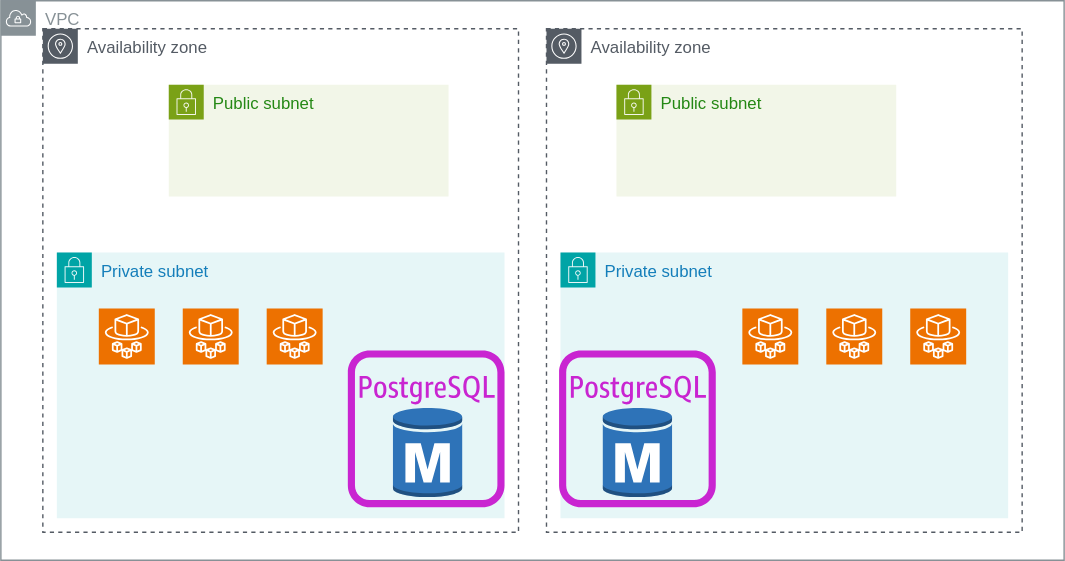
This is public-subnet-lb/vpc.drawio.svg from sanjiv-singh/iac-aws-ecs, a draw.io export, as it was before one commit. Source tidied: cells renumbered, new cells last; positions are measured from the earlier drawing's top-left corner, leaving out a move shared by most shapes.
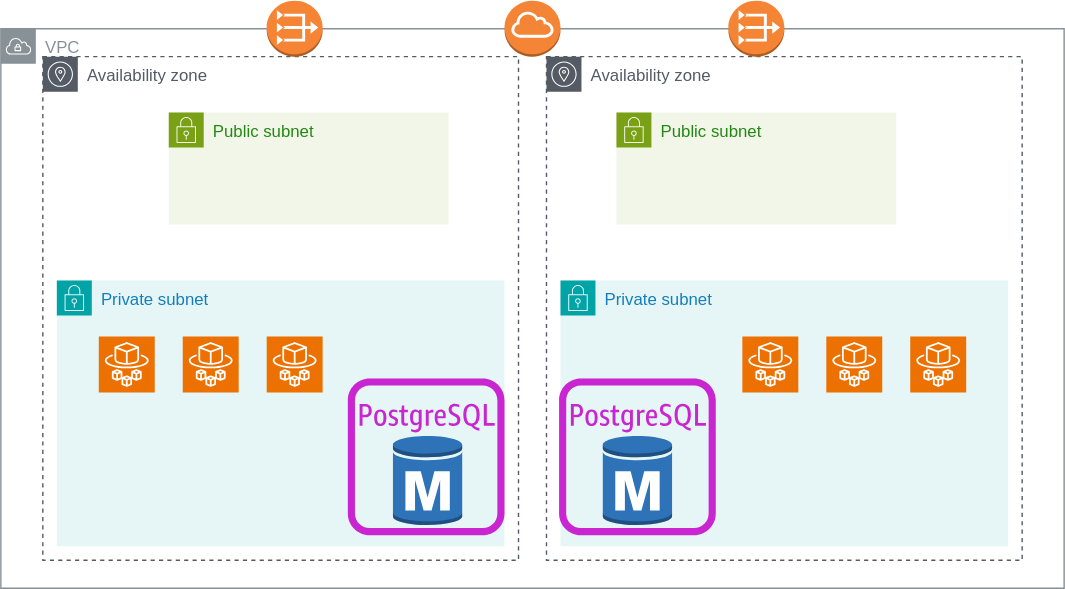
Above is the later version.

Change to the diagram source:
```diff
@@ -53,5 +53,14 @@
     <mxCell id="18" style="sketch=0;fontColor=#232F3E;fillColor=#ED7100;strokeColor=#ffffff;dashed=0;verticalLabelPosition=bottom;verticalAlign=top;align=center;html=1;fontSize=12;fontStyle=0;shape=mxgraph.aws4.resourceIcon;resIcon=mxgraph.aws4.fargate;" parent="1" vertex="1">
       <mxGeometry x="650" y="220" width="40" height="40" as="geometry" />
     </mxCell>
+    <mxCell id="19" style="dashed=0;verticalLabelPosition=bottom;verticalAlign=top;align=center;html=1;shape=mxgraph.aws3.internet_gateway;fillColor=#F58536;gradientColor=none;" parent="1" vertex="1">
+      <mxGeometry x="360" y="-20" width="40" height="40" as="geometry" />
+    </mxCell>
+    <mxCell id="20" style="dashed=0;verticalLabelPosition=bottom;verticalAlign=top;align=center;html=1;shape=mxgraph.aws3.vpc_nat_gateway;fillColor=#F58534;gradientColor=none;" parent="1" vertex="1">
+      <mxGeometry x="190" y="-20" width="40" height="40" as="geometry" />
+    </mxCell>
+    <mxCell id="21" style="dashed=0;verticalLabelPosition=bottom;verticalAlign=top;align=center;html=1;shape=mxgraph.aws3.vpc_nat_gateway;fillColor=#F58534;gradientColor=none;" parent="1" vertex="1">
+      <mxGeometry x="520" y="-20" width="40" height="40" as="geometry" />
+    </mxCell>
   </root>
 </mxGraphModel>
```
